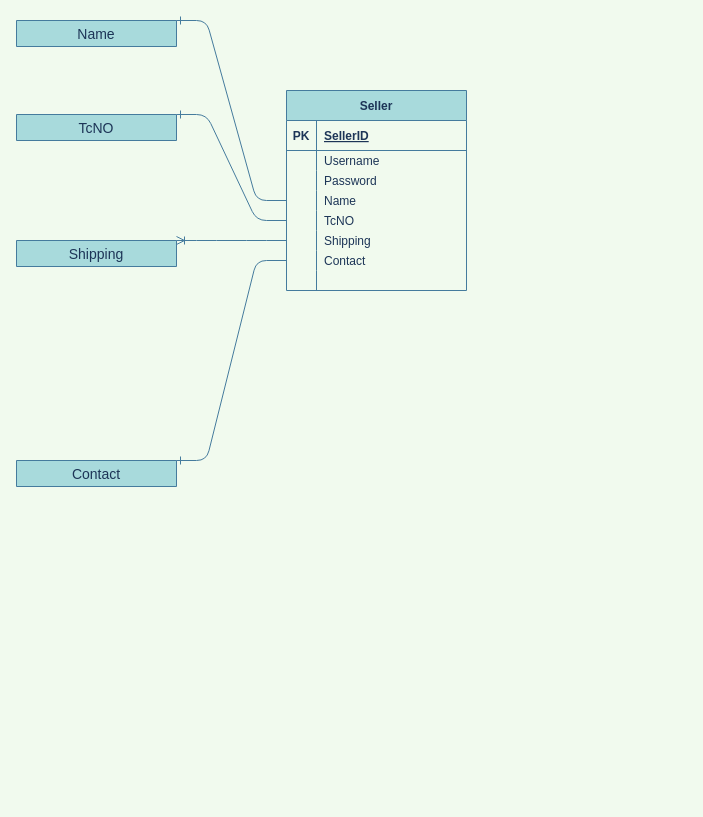
Before: Untitled Diagram.drawio in humbldump/HumblDump, a draw.io diagram. Source tidied: cells renumbered, new cells numbered last; positions are measured from the earlier drawing's top-left corner, leaving out a move shared by most shapes. Both pictures are drawn from the tidied source at 100%, with x=0, y=0 at pixel (16, 20).
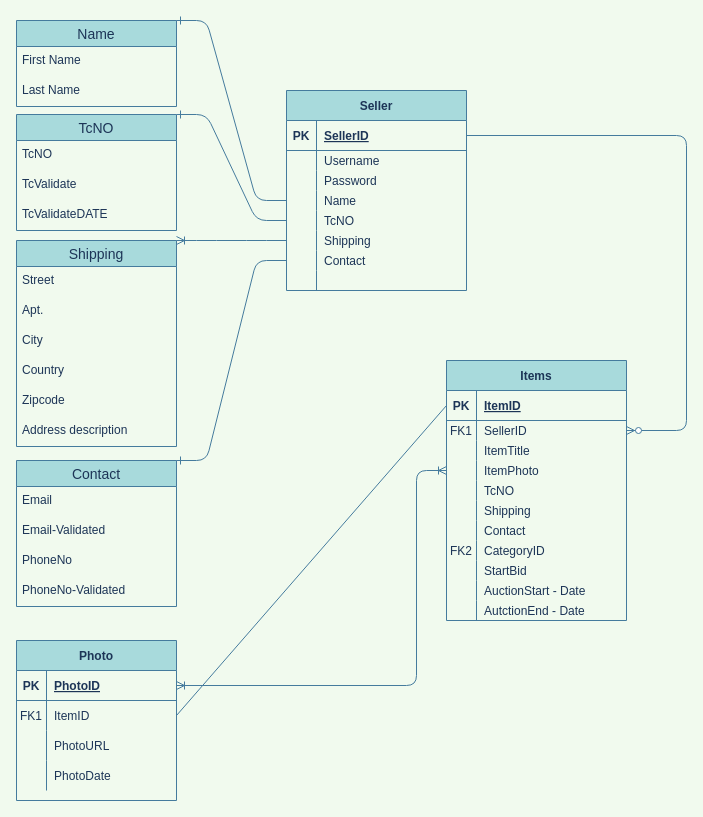
After the change.

Unchanged cells that the change refers to:
```xml
<mxCell id="3" style="shape=partialRectangle;fillColor=none;top=0;left=0;bottom=1;right=0;points=[[0,0.5],[1,0.5]];portConstraint=eastwest;strokeColor=#457B9D;fontColor=#1D3557;" parent="2" vertex="1">
  <mxGeometry y="30" width="180" height="30" as="geometry" />
</mxCell>
<mxCell id="12" style="shape=partialRectangle;fillColor=none;top=0;left=0;bottom=0;right=0;points=[[0,0.5],[1,0.5]];portConstraint=eastwest;strokeColor=#457B9D;fontColor=#1D3557;" parent="2" vertex="1">
  <mxGeometry y="100" width="180" height="20" as="geometry" />
</mxCell>
<mxCell id="15" style="shape=partialRectangle;fillColor=none;top=0;left=0;bottom=0;right=0;points=[[0,0.5],[1,0.5]];portConstraint=eastwest;strokeColor=#457B9D;fontColor=#1D3557;" parent="2" vertex="1">
  <mxGeometry y="120" width="180" height="20" as="geometry" />
</mxCell>
<mxCell id="18" style="shape=partialRectangle;fillColor=none;top=0;left=0;bottom=0;right=0;points=[[0,0.5],[1,0.5]];portConstraint=eastwest;strokeColor=#457B9D;fontColor=#1D3557;" parent="2" vertex="1">
  <mxGeometry y="140" width="180" height="20" as="geometry" />
</mxCell>
<mxCell id="21" style="shape=partialRectangle;fillColor=none;top=0;left=0;bottom=0;right=0;points=[[0,0.5],[1,0.5]];portConstraint=eastwest;strokeColor=#457B9D;fontColor=#1D3557;" parent="2" vertex="1">
  <mxGeometry y="160" width="180" height="20" as="geometry" />
</mxCell>
```

Diff of the diagram source:
```diff
@@
-    <mxCell id="27" value="TcNO" style="swimlane;fontStyle=0;horizontal=1;startSize=26;align=center;fontSize=14;fillColor=#A8DADC;strokeColor=#457B9D;fontColor=#1D3557;" parent="1" vertex="1" collapsed="1">
-      <mxGeometry y="94" width="160" height="26" as="geometry" />
+    <mxCell id="27" value="TcNO" style="swimlane;fontStyle=0;horizontal=1;startSize=26;align=center;fontSize=14;fillColor=#A8DADC;strokeColor=#457B9D;fontColor=#1D3557;" parent="1" vertex="1">
+      <mxGeometry y="94" width="160" height="116" as="geometry" />
     </mxCell>
+    <mxCell id="35" value="TcNO" style="text;strokeColor=none;fillColor=none;spacingLeft=4;spacingRight=4;overflow=hidden;fontSize=12;fontColor=#1D3557;" parent="27" vertex="1">
+      <mxGeometry y="26" width="160" height="30" as="geometry" />
+    </mxCell>
+    <mxCell id="36" value="TcValidate" style="text;strokeColor=none;fillColor=none;spacingLeft=4;spacingRight=4;overflow=hidden;fontSize=12;fontColor=#1D3557;" parent="27" vertex="1">
+      <mxGeometry y="56" width="160" height="30" as="geometry" />
+    </mxCell>
+    <mxCell id="37" value="TcValidateDATE" style="text;strokeColor=none;fillColor=none;spacingLeft=4;spacingRight=4;overflow=hidden;fontSize=12;fontColor=#1D3557;" parent="27" vertex="1">
+      <mxGeometry y="86" width="160" height="30" as="geometry" />
+    </mxCell>
-    <mxCell id="28" style="edgeStyle=entityRelationEdgeStyle;fontSize=12;html=1;endArrow=ERone;endFill=1;exitX=0;exitY=0.5;exitDx=0;exitDy=0;entryX=1;entryY=0;entryDx=0;entryDy=0;labelBackgroundColor=#F1FAEE;strokeColor=#457B9D;fontColor=#1D3557;" parent="1" edge="1" source="15" target="27">
+    <mxCell id="28" style="edgeStyle=entityRelationEdgeStyle;fontSize=12;html=1;endArrow=ERone;endFill=1;exitX=0;exitY=0.5;exitDx=0;exitDy=0;entryX=1;entryY=0;entryDx=0;entryDy=0;strokeColor=#457B9D;fontColor=#1D3557;labelBackgroundColor=#F1FAEE;" parent="1" edge="1" source="15" target="27">
       <mxGeometry relative="1" as="geometry" />
     </mxCell>
-    <mxCell id="29" value="Name" style="swimlane;fontStyle=0;horizontal=1;startSize=26;align=center;fontSize=14;fillColor=#A8DADC;strokeColor=#457B9D;fontColor=#1D3557;" parent="1" vertex="1" collapsed="1">
-      <mxGeometry width="160" height="26" as="geometry" />
+    <mxCell id="29" value="Name" style="swimlane;fontStyle=0;horizontal=1;startSize=26;align=center;fontSize=14;fillColor=#A8DADC;strokeColor=#457B9D;fontColor=#1D3557;" parent="1" vertex="1">
+      <mxGeometry width="160" height="86" as="geometry" />
     </mxCell>
+    <mxCell id="38" value="First Name" style="text;strokeColor=none;fillColor=none;spacingLeft=4;spacingRight=4;overflow=hidden;fontSize=12;fontColor=#1D3557;" parent="29" vertex="1">
+      <mxGeometry y="26" width="160" height="30" as="geometry" />
+    </mxCell>
+    <mxCell id="39" value="Last Name" style="text;strokeColor=none;fillColor=none;spacingLeft=4;spacingRight=4;overflow=hidden;fontSize=12;fontColor=#1D3557;" parent="29" vertex="1">
+      <mxGeometry y="56" width="160" height="30" as="geometry" />
+    </mxCell>
-    <mxCell id="30" style="edgeStyle=entityRelationEdgeStyle;fontSize=12;html=1;endArrow=ERone;endFill=1;exitX=0;exitY=0.5;exitDx=0;exitDy=0;entryX=1;entryY=0;entryDx=0;entryDy=0;labelBackgroundColor=#F1FAEE;strokeColor=#457B9D;fontColor=#1D3557;" parent="1" edge="1" source="12" target="29">
+    <mxCell id="30" style="edgeStyle=entityRelationEdgeStyle;fontSize=12;html=1;endArrow=ERone;endFill=1;exitX=0;exitY=0.5;exitDx=0;exitDy=0;entryX=1;entryY=0;entryDx=0;entryDy=0;strokeColor=#457B9D;fontColor=#1D3557;labelBackgroundColor=#F1FAEE;" parent="1" edge="1" source="12" target="29">
       <mxGeometry relative="1" as="geometry" />
     </mxCell>
-    <mxCell id="31" value="Shipping" style="swimlane;fontStyle=0;horizontal=1;startSize=26;align=center;fontSize=14;glass=0;shadow=0;fillColor=#A8DADC;strokeColor=#457B9D;fontColor=#1D3557;" parent="1" vertex="1" collapsed="1">
-      <mxGeometry y="220" width="160" height="26" as="geometry" />
+    <mxCell id="31" value="Shipping" style="swimlane;fontStyle=0;horizontal=1;startSize=26;align=center;fontSize=14;glass=0;shadow=0;fillColor=#A8DADC;strokeColor=#457B9D;fontColor=#1D3557;" parent="1" vertex="1">
+      <mxGeometry y="220" width="160" height="206" as="geometry" />
     </mxCell>
+    <mxCell id="40" value="Street" style="text;strokeColor=none;fillColor=none;spacingLeft=4;spacingRight=4;overflow=hidden;fontSize=12;fontColor=#1D3557;" parent="31" vertex="1">
+      <mxGeometry y="26" width="160" height="30" as="geometry" />
+    </mxCell>
+    <mxCell id="41" value="Apt." style="text;strokeColor=none;fillColor=none;spacingLeft=4;spacingRight=4;overflow=hidden;fontSize=12;fontColor=#1D3557;" parent="31" vertex="1">
+      <mxGeometry y="56" width="160" height="30" as="geometry" />
+    </mxCell>
+    <mxCell id="42" value="City" style="text;strokeColor=none;fillColor=none;spacingLeft=4;spacingRight=4;overflow=hidden;fontSize=12;fontColor=#1D3557;" parent="31" vertex="1">
+      <mxGeometry y="86" width="160" height="30" as="geometry" />
+    </mxCell>
+    <mxCell id="43" value="Country" style="text;strokeColor=none;fillColor=none;spacingLeft=4;spacingRight=4;overflow=hidden;fontSize=12;fontColor=#1D3557;" parent="31" vertex="1">
+      <mxGeometry y="116" width="160" height="30" as="geometry" />
+    </mxCell>
+    <mxCell id="44" value="Zipcode" style="text;strokeColor=none;fillColor=none;spacingLeft=4;spacingRight=4;overflow=hidden;fontSize=12;fontColor=#1D3557;" parent="31" vertex="1">
+      <mxGeometry y="146" width="160" height="30" as="geometry" />
+    </mxCell>
+    <mxCell id="45" value="Address description" style="text;strokeColor=none;fillColor=none;spacingLeft=4;spacingRight=4;overflow=hidden;fontSize=12;fontColor=#1D3557;" parent="31" vertex="1">
+      <mxGeometry y="176" width="160" height="30" as="geometry" />
+    </mxCell>
-    <mxCell id="32" style="edgeStyle=entityRelationEdgeStyle;fontSize=12;html=1;endArrow=ERoneToMany;entryX=1;entryY=0;entryDx=0;entryDy=0;exitX=0;exitY=0.5;exitDx=0;exitDy=0;labelBackgroundColor=#F1FAEE;strokeColor=#457B9D;fontColor=#1D3557;" parent="1" edge="1" source="18" target="31">
+    <mxCell id="32" style="edgeStyle=entityRelationEdgeStyle;fontSize=12;html=1;endArrow=ERoneToMany;entryX=1;entryY=0;entryDx=0;entryDy=0;exitX=0;exitY=0.5;exitDx=0;exitDy=0;strokeColor=#457B9D;fontColor=#1D3557;labelBackgroundColor=#F1FAEE;" parent="1" edge="1" source="18" target="31">
       <mxGeometry relative="1" as="geometry" />
     </mxCell>
-    <mxCell id="33" value="Contact" style="swimlane;fontStyle=0;horizontal=1;startSize=26;align=center;fontSize=14;glass=0;shadow=0;fillColor=#A8DADC;strokeColor=#457B9D;fontColor=#1D3557;" parent="1" vertex="1" collapsed="1">
-      <mxGeometry y="440" width="160" height="26" as="geometry" />
+    <mxCell id="33" value="Contact" style="swimlane;fontStyle=0;horizontal=1;startSize=26;align=center;fontSize=14;glass=0;shadow=0;fillColor=#A8DADC;strokeColor=#457B9D;fontColor=#1D3557;" parent="1" vertex="1">
+      <mxGeometry y="440" width="160" height="146" as="geometry" />
     </mxCell>
+    <mxCell id="46" value="Email" style="text;strokeColor=none;fillColor=none;spacingLeft=4;spacingRight=4;overflow=hidden;fontSize=12;fontColor=#1D3557;" parent="33" vertex="1">
+      <mxGeometry y="26" width="160" height="30" as="geometry" />
+    </mxCell>
+    <mxCell id="47" value="Email-Validated" style="text;strokeColor=none;fillColor=none;spacingLeft=4;spacingRight=4;overflow=hidden;fontSize=12;fontColor=#1D3557;" parent="33" vertex="1">
+      <mxGeometry y="56" width="160" height="30" as="geometry" />
+    </mxCell>
+    <mxCell id="48" value="PhoneNo" style="text;strokeColor=none;fillColor=none;spacingLeft=4;spacingRight=4;overflow=hidden;fontSize=12;fontColor=#1D3557;" parent="33" vertex="1">
+      <mxGeometry y="86" width="160" height="30" as="geometry" />
+    </mxCell>
+    <mxCell id="49" value="PhoneNo-Validated" style="text;strokeColor=none;fillColor=none;spacingLeft=4;spacingRight=4;overflow=hidden;fontSize=12;fontColor=#1D3557;" parent="33" vertex="1">
+      <mxGeometry y="116" width="160" height="30" as="geometry" />
+    </mxCell>
-    <mxCell id="34" style="edgeStyle=entityRelationEdgeStyle;fontSize=12;html=1;endArrow=ERone;endFill=1;labelBackgroundColor=#F1FAEE;strokeColor=#457B9D;fontColor=#1D3557;exitX=0;exitY=0.5;exitDx=0;exitDy=0;entryX=1;entryY=0;entryDx=0;entryDy=0;" parent="1" edge="1" source="21" target="33">
+    <mxCell id="34" style="edgeStyle=entityRelationEdgeStyle;fontSize=12;html=1;endArrow=ERone;endFill=1;strokeColor=#457B9D;fontColor=#1D3557;exitX=0;exitY=0.5;exitDx=0;exitDy=0;entryX=1;entryY=0;entryDx=0;entryDy=0;labelBackgroundColor=#F1FAEE;" parent="1" edge="1" source="21" target="33">
       <mxGeometry relative="1" as="geometry" />
     </mxCell>
+    <mxCell id="50" style="edgeStyle=orthogonalEdgeStyle;fontSize=12;html=1;endArrow=ERzeroToMany;endFill=1;exitX=1;exitY=0.5;exitDx=0;exitDy=0;entryX=1;entryY=0.5;entryDx=0;entryDy=0;labelBackgroundColor=#F1FAEE;strokeColor=#457B9D;fontColor=#1D3557;" parent="1" edge="1" source="3" target="55">
+      <mxGeometry relative="1" as="geometry">
+        <Array as="points">
+          <mxPoint x="670" y="115" />
+          <mxPoint x="670" y="410" />
+        </Array>
+      </mxGeometry>
+    </mxCell>
+    <mxCell id="51" value="Items" style="shape=table;startSize=30;childLayout=tableLayout;rowLines=0;fontStyle=1;align=center;fillColor=#A8DADC;strokeColor=#457B9D;fontColor=#1D3557;" parent="1" vertex="1">
+      <mxGeometry x="430" y="340" width="180" height="260" as="geometry" />
+    </mxCell>
+    <mxCell id="52" style="shape=partialRectangle;fillColor=none;top=0;left=0;bottom=1;right=0;points=[[0,0.5],[1,0.5]];portConstraint=eastwest;strokeColor=#457B9D;fontColor=#1D3557;" parent="51" vertex="1">
+      <mxGeometry y="30" width="180" height="30" as="geometry" />
+    </mxCell>
+    <mxCell id="53" value="PK" style="shape=partialRectangle;fillColor=none;top=0;left=0;bottom=0;right=0;fontStyle=1;overflow=hidden;strokeColor=#457B9D;fontColor=#1D3557;" parent="52" vertex="1">
+      <mxGeometry width="30" height="30" as="geometry" />
+    </mxCell>
+    <mxCell id="54" value="ItemID" style="shape=partialRectangle;fillColor=none;top=0;left=0;bottom=0;right=0;align=left;spacingLeft=6;fontStyle=5;overflow=hidden;strokeColor=#457B9D;fontColor=#1D3557;" parent="52" vertex="1">
+      <mxGeometry x="30" width="150" height="30" as="geometry" />
+    </mxCell>
+    <mxCell id="55" style="shape=partialRectangle;fillColor=none;top=0;left=0;bottom=0;right=0;points=[[0,0.5],[1,0.5]];portConstraint=eastwest;strokeColor=#457B9D;fontColor=#1D3557;" parent="51" vertex="1">
+      <mxGeometry y="60" width="180" height="20" as="geometry" />
+    </mxCell>
+    <mxCell id="56" value="FK1" style="shape=partialRectangle;fillColor=none;top=0;left=0;bottom=0;right=0;overflow=hidden;strokeColor=#457B9D;fontColor=#1D3557;" parent="55" vertex="1">
+      <mxGeometry width="30" height="20" as="geometry" />
+    </mxCell>
+    <mxCell id="57" value="SellerID" style="shape=partialRectangle;fillColor=none;top=0;left=0;bottom=0;right=0;align=left;spacingLeft=6;overflow=hidden;strokeColor=#457B9D;fontColor=#1D3557;" parent="55" vertex="1">
+      <mxGeometry x="30" width="150" height="20" as="geometry" />
+    </mxCell>
+    <mxCell id="58" style="shape=partialRectangle;fillColor=none;top=0;left=0;bottom=0;right=0;strokeColor=#457B9D;fontColor=#1D3557;" parent="51" vertex="1">
+      <mxGeometry y="80" width="180" height="20" as="geometry" />
+    </mxCell>
+    <mxCell id="59" style="shape=partialRectangle;fillColor=none;top=0;left=0;bottom=0;right=0;overflow=hidden;strokeColor=#457B9D;fontColor=#1D3557;" parent="58" vertex="1">
+      <mxGeometry width="30" height="20" as="geometry" />
+    </mxCell>
+    <mxCell id="60" value="ItemTitle" style="shape=partialRectangle;fillColor=none;top=0;left=0;bottom=0;right=0;align=left;spacingLeft=6;overflow=hidden;strokeColor=#457B9D;fontColor=#1D3557;" parent="58" vertex="1">
+      <mxGeometry x="30" width="150" height="20" as="geometry" />
+    </mxCell>
+    <mxCell id="61" style="shape=partialRectangle;fillColor=none;top=0;left=0;bottom=0;right=0;points=[[0,0.5],[1,0.5]];portConstraint=eastwest;strokeColor=#457B9D;fontColor=#1D3557;" parent="51" vertex="1">
+      <mxGeometry y="100" width="180" height="20" as="geometry" />
+    </mxCell>
+    <mxCell id="62" style="shape=partialRectangle;fillColor=none;top=0;left=0;bottom=0;right=0;overflow=hidden;strokeColor=#457B9D;fontColor=#1D3557;" parent="61" vertex="1">
+      <mxGeometry width="30" height="20" as="geometry" />
+    </mxCell>
+    <mxCell id="63" value="ItemPhoto" style="shape=partialRectangle;fillColor=none;top=0;left=0;bottom=0;right=0;align=left;spacingLeft=6;overflow=hidden;strokeColor=#457B9D;fontColor=#1D3557;" parent="61" vertex="1">
+      <mxGeometry x="30" width="150" height="20" as="geometry" />
+    </mxCell>
+    <mxCell id="64" style="shape=partialRectangle;fillColor=none;top=0;left=0;bottom=0;right=0;strokeColor=#457B9D;fontColor=#1D3557;" parent="51" vertex="1">
+      <mxGeometry y="120" width="180" height="20" as="geometry" />
+    </mxCell>
+    <mxCell id="65" style="shape=partialRectangle;fillColor=none;top=0;left=0;bottom=0;right=0;overflow=hidden;strokeColor=#457B9D;fontColor=#1D3557;" parent="64" vertex="1">
+      <mxGeometry width="30" height="20" as="geometry" />
+    </mxCell>
+    <mxCell id="66" value="TcNO" style="shape=partialRectangle;fillColor=none;top=0;left=0;bottom=0;right=0;align=left;spacingLeft=6;overflow=hidden;strokeColor=#457B9D;fontColor=#1D3557;" parent="64" vertex="1">
+      <mxGeometry x="30" width="150" height="20" as="geometry" />
+    </mxCell>
+    <mxCell id="67" style="shape=partialRectangle;fillColor=none;top=0;left=0;bottom=0;right=0;strokeColor=#457B9D;fontColor=#1D3557;" parent="51" vertex="1">
+      <mxGeometry y="140" width="180" height="20" as="geometry" />
+    </mxCell>
+    <mxCell id="68" style="shape=partialRectangle;fillColor=none;top=0;left=0;bottom=0;right=0;overflow=hidden;strokeColor=#457B9D;fontColor=#1D3557;" parent="67" vertex="1">
+      <mxGeometry width="30" height="20" as="geometry" />
+    </mxCell>
+    <mxCell id="69" value="Shipping" style="shape=partialRectangle;fillColor=none;top=0;left=0;bottom=0;right=0;align=left;spacingLeft=6;overflow=hidden;strokeColor=#457B9D;fontColor=#1D3557;" parent="67" vertex="1">
+      <mxGeometry x="30" width="150" height="20" as="geometry" />
+    </mxCell>
+    <mxCell id="70" style="shape=partialRectangle;fillColor=none;top=0;left=0;bottom=0;right=0;strokeColor=#457B9D;fontColor=#1D3557;" parent="51" vertex="1">
+      <mxGeometry y="160" width="180" height="20" as="geometry" />
+    </mxCell>
+    <mxCell id="71" style="shape=partialRectangle;fillColor=none;top=0;left=0;bottom=0;right=0;overflow=hidden;strokeColor=#457B9D;fontColor=#1D3557;" parent="70" vertex="1">
+      <mxGeometry width="30" height="20" as="geometry" />
+    </mxCell>
+    <mxCell id="72" value="Contact" style="shape=partialRectangle;fillColor=none;top=0;left=0;bottom=0;right=0;align=left;spacingLeft=6;overflow=hidden;strokeColor=#457B9D;fontColor=#1D3557;" parent="70" vertex="1">
+      <mxGeometry x="30" width="150" height="20" as="geometry" />
+    </mxCell>
+    <mxCell id="73" style="shape=partialRectangle;fillColor=none;top=0;left=0;bottom=0;right=0;strokeColor=#457B9D;fontColor=#1D3557;" parent="51" vertex="1">
+      <mxGeometry y="180" width="180" height="20" as="geometry" />
+    </mxCell>
+    <mxCell id="74" value="FK2" style="shape=partialRectangle;fillColor=none;top=0;left=0;bottom=0;right=0;overflow=hidden;strokeColor=#457B9D;fontColor=#1D3557;" parent="73" vertex="1">
+      <mxGeometry width="30" height="20" as="geometry" />
+    </mxCell>
+    <mxCell id="75" value="CategoryID" style="shape=partialRectangle;fillColor=none;top=0;left=0;bottom=0;right=0;align=left;spacingLeft=6;overflow=hidden;strokeColor=#457B9D;fontColor=#1D3557;" parent="73" vertex="1">
+      <mxGeometry x="30" width="150" height="20" as="geometry" />
+    </mxCell>
+    <mxCell id="76" style="shape=partialRectangle;fillColor=none;top=0;left=0;bottom=0;right=0;strokeColor=#457B9D;fontColor=#1D3557;" parent="51" vertex="1">
+      <mxGeometry y="200" width="180" height="20" as="geometry" />
+    </mxCell>
+    <mxCell id="77" style="shape=partialRectangle;fillColor=none;top=0;left=0;bottom=0;right=0;overflow=hidden;strokeColor=#457B9D;fontColor=#1D3557;" parent="76" vertex="1">
+      <mxGeometry width="30" height="20" as="geometry" />
+    </mxCell>
+    <mxCell id="78" value="StartBid" style="shape=partialRectangle;fillColor=none;top=0;left=0;bottom=0;right=0;align=left;spacingLeft=6;overflow=hidden;strokeColor=#457B9D;fontColor=#1D3557;" parent="76" vertex="1">
+      <mxGeometry x="30" width="150" height="20" as="geometry" />
+    </mxCell>
+    <mxCell id="79" style="shape=partialRectangle;fillColor=none;top=0;left=0;bottom=0;right=0;strokeColor=#457B9D;fontColor=#1D3557;" parent="51" vertex="1">
+      <mxGeometry y="220" width="180" height="20" as="geometry" />
+    </mxCell>
+    <mxCell id="80" style="shape=partialRectangle;fillColor=none;top=0;left=0;bottom=0;right=0;overflow=hidden;strokeColor=#457B9D;fontColor=#1D3557;" parent="79" vertex="1">
+      <mxGeometry width="30" height="20" as="geometry" />
+    </mxCell>
+    <mxCell id="81" value="AuctionStart - Date" style="shape=partialRectangle;fillColor=none;top=0;left=0;bottom=0;right=0;align=left;spacingLeft=6;overflow=hidden;strokeColor=#457B9D;fontColor=#1D3557;" parent="79" vertex="1">
+      <mxGeometry x="30" width="150" height="20" as="geometry" />
+    </mxCell>
+    <mxCell id="82" style="shape=partialRectangle;fillColor=none;top=0;left=0;bottom=0;right=0;strokeColor=#457B9D;fontColor=#1D3557;" parent="51" vertex="1">
+      <mxGeometry y="240" width="180" height="20" as="geometry" />
+    </mxCell>
+    <mxCell id="83" style="shape=partialRectangle;fillColor=none;top=0;left=0;bottom=0;right=0;overflow=hidden;strokeColor=#457B9D;fontColor=#1D3557;" parent="82" vertex="1">
+      <mxGeometry width="30" height="20" as="geometry" />
+    </mxCell>
+    <mxCell id="84" value="AutctionEnd - Date" style="shape=partialRectangle;fillColor=none;top=0;left=0;bottom=0;right=0;align=left;spacingLeft=6;overflow=hidden;strokeColor=#457B9D;fontColor=#1D3557;" parent="82" vertex="1">
+      <mxGeometry x="30" width="150" height="20" as="geometry" />
+    </mxCell>
+    <mxCell id="85" value="Photo" style="shape=table;startSize=30;childLayout=tableLayout;rowLines=0;fontStyle=1;align=center;fillColor=#A8DADC;strokeColor=#457B9D;fontColor=#1D3557;flipH=0;flipV=0;" parent="1" vertex="1">
+      <mxGeometry y="620" width="160" height="160" as="geometry" />
+    </mxCell>
+    <mxCell id="86" style="shape=partialRectangle;fillColor=none;top=0;left=0;bottom=1;right=0;points=[[0,0.5],[1,0.5]];portConstraint=eastwest;strokeColor=#457B9D;fontColor=#1D3557;" parent="85" vertex="1">
+      <mxGeometry y="30" width="160" height="30" as="geometry" />
+    </mxCell>
+    <mxCell id="87" value="PK" style="shape=partialRectangle;fillColor=none;top=0;left=0;bottom=0;right=0;fontStyle=1;overflow=hidden;strokeColor=#457B9D;fontColor=#1D3557;" parent="86" vertex="1">
+      <mxGeometry width="30" height="30" as="geometry" />
+    </mxCell>
+    <mxCell id="88" value="PhotoID" style="shape=partialRectangle;fillColor=none;top=0;left=0;bottom=0;right=0;align=left;spacingLeft=6;fontStyle=5;overflow=hidden;strokeColor=#457B9D;fontColor=#1D3557;" parent="86" vertex="1">
+      <mxGeometry x="30" width="130" height="30" as="geometry" />
+    </mxCell>
+    <mxCell id="89" style="shape=partialRectangle;fillColor=none;top=0;left=0;bottom=0;right=0;points=[[0,0.5],[1,0.5]];portConstraint=eastwest;strokeColor=#457B9D;fontColor=#1D3557;" parent="85" vertex="1">
+      <mxGeometry y="60" width="160" height="30" as="geometry" />
+    </mxCell>
+    <mxCell id="90" value="FK1" style="shape=partialRectangle;fillColor=none;top=0;left=0;bottom=0;right=0;overflow=hidden;strokeColor=#457B9D;fontColor=#1D3557;" parent="89" vertex="1">
+      <mxGeometry width="30" height="30" as="geometry" />
+    </mxCell>
+    <mxCell id="91" value="ItemID" style="shape=partialRectangle;fillColor=none;top=0;left=0;bottom=0;right=0;align=left;spacingLeft=6;overflow=hidden;strokeColor=#457B9D;fontColor=#1D3557;" parent="89" vertex="1">
+      <mxGeometry x="30" width="130" height="30" as="geometry" />
+    </mxCell>
+    <mxCell id="92" style="shape=partialRectangle;fillColor=none;top=0;left=0;bottom=0;right=0;strokeColor=#457B9D;fontColor=#1D3557;" parent="85" vertex="1">
+      <mxGeometry y="90" width="160" height="30" as="geometry" />
+    </mxCell>
+    <mxCell id="93" style="shape=partialRectangle;fillColor=none;top=0;left=0;bottom=0;right=0;overflow=hidden;strokeColor=#457B9D;fontColor=#1D3557;" parent="92" vertex="1">
+      <mxGeometry width="30" height="30" as="geometry" />
+    </mxCell>
+    <mxCell id="94" value="PhotoURL" style="shape=partialRectangle;fillColor=none;top=0;left=0;bottom=0;right=0;align=left;spacingLeft=6;overflow=hidden;strokeColor=#457B9D;fontColor=#1D3557;" parent="92" vertex="1">
+      <mxGeometry x="30" width="130" height="30" as="geometry" />
+    </mxCell>
+    <mxCell id="95" style="shape=partialRectangle;fillColor=none;top=0;left=0;bottom=0;right=0;strokeColor=#457B9D;fontColor=#1D3557;" parent="85" vertex="1">
+      <mxGeometry y="120" width="160" height="30" as="geometry" />
+    </mxCell>
+    <mxCell id="96" style="shape=partialRectangle;fillColor=none;top=0;left=0;bottom=0;right=0;overflow=hidden;strokeColor=#457B9D;fontColor=#1D3557;" parent="95" vertex="1">
+      <mxGeometry width="30" height="30" as="geometry" />
+    </mxCell>
+    <mxCell id="97" value="PhotoDate" style="shape=partialRectangle;fillColor=none;top=0;left=0;bottom=0;right=0;align=left;spacingLeft=6;overflow=hidden;strokeColor=#457B9D;fontColor=#1D3557;" parent="95" vertex="1">
+      <mxGeometry x="30" width="130" height="30" as="geometry" />
+    </mxCell>
+    <mxCell id="98" style="edgeStyle=orthogonalEdgeStyle;fontSize=12;html=1;endArrow=ERoneToMany;startArrow=ERoneToMany;strokeColor=#457B9D;fillColor=#A8DADC;entryX=0;entryY=0.5;entryDx=0;entryDy=0;exitX=1;exitY=0.5;exitDx=0;exitDy=0;" parent="1" edge="1" source="86" target="61">
+      <mxGeometry relative="1" as="geometry">
+        <Array as="points">
+          <mxPoint x="400" y="665" />
+          <mxPoint x="400" y="450" />
+        </Array>
+      </mxGeometry>
+    </mxCell>
+    <mxCell id="99" style="endArrow=none;html=1;rounded=0;strokeColor=#457B9D;fillColor=#A8DADC;fontColor=#1D3557;entryX=0;entryY=0.5;entryDx=0;entryDy=0;exitX=1;exitY=0.5;exitDx=0;exitDy=0;" parent="1" edge="1" source="89" target="52">
+      <mxGeometry relative="1" as="geometry" />
+    </mxCell>
```
